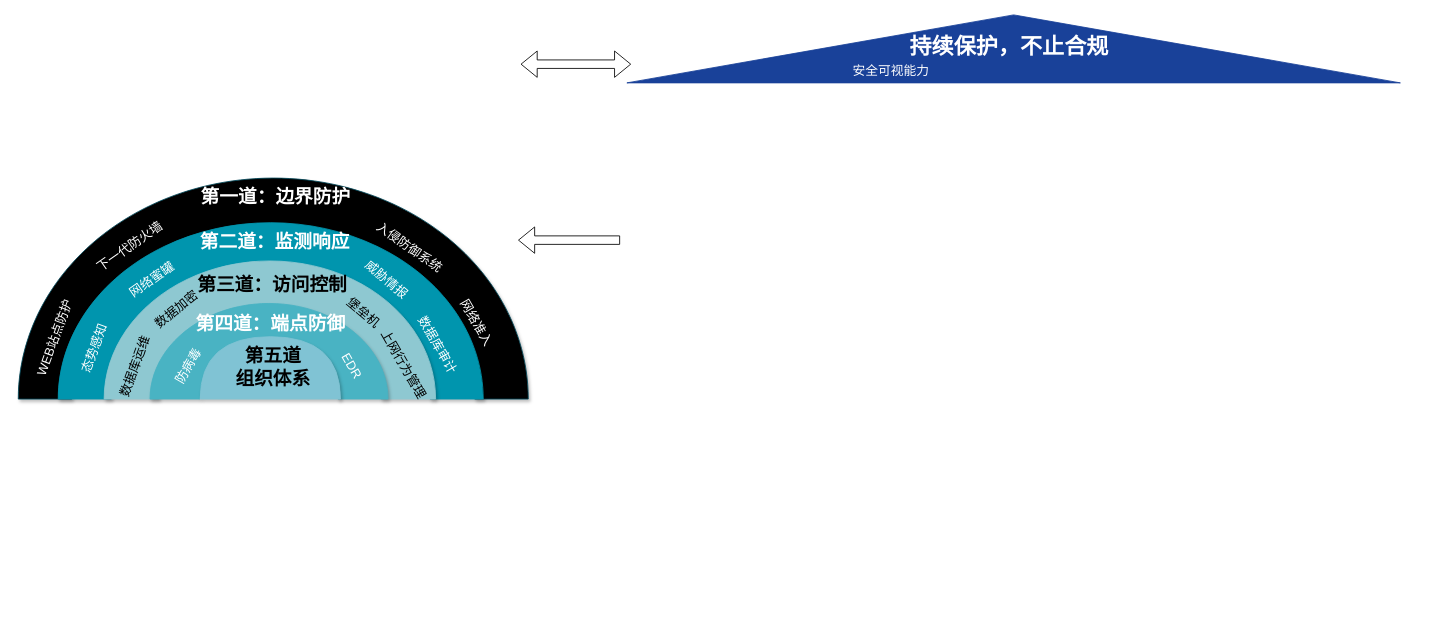
Above: 安全架构.drawio in Niujieheng/GitHub_june (draw.io), before the change. Source tidied: cells renumbered, new cells numbered last; positions are measured from the earlier drawing's top-left corner, leaving out a move shared by most shapes. Both pictures are drawn from the tidied source at 85%, with x=0, y=0 at pixel (3, -338).
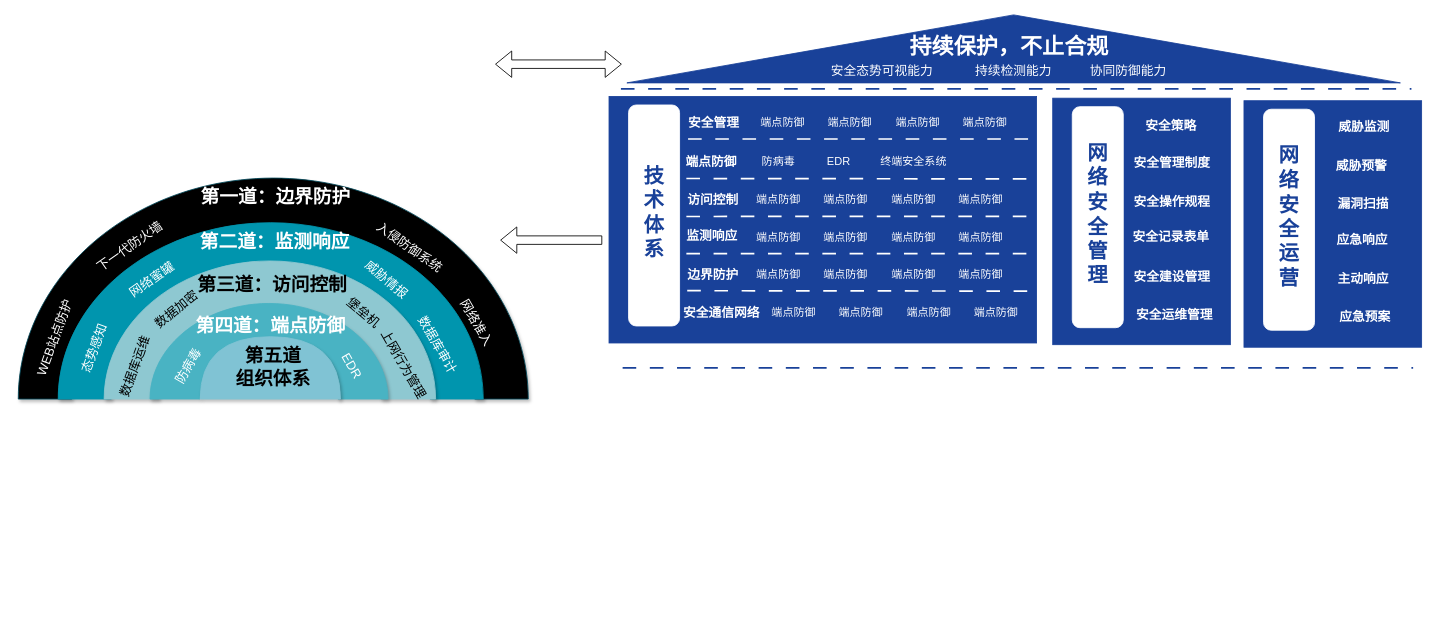
Above is the later version.

Commit message (it also covers changes not shown here):
更新安全架构.drawio

What changed in the source:
```diff
@@
-    <mxCell id="5" value="&lt;font style=&quot;color: rgb(255, 255, 255); font-size: 15px;&quot;&gt;安全可视能力&lt;/font&gt;" style="text;html=1;whiteSpace=wrap;strokeColor=none;fillColor=none;align=center;verticalAlign=middle;rounded=0;" parent="1" vertex="1">
-      <mxGeometry x="990" y="465" width="110" height="30" as="geometry" />
+    <mxCell id="5" value="&lt;font style=&quot;color: rgb(255, 255, 255); font-size: 15px;&quot;&gt;安全态势可视能力&lt;/font&gt;" style="text;html=1;whiteSpace=wrap;strokeColor=none;fillColor=none;align=center;verticalAlign=middle;rounded=0;" parent="1" vertex="1">
+      <mxGeometry x="969" y="465" width="131" height="30" as="geometry" />
     </mxCell>
     <mxCell id="6" style="shape=flexArrow;endArrow=classic;startArrow=classic;html=1;rounded=0;" parent="1" edge="1">
       <mxGeometry relative="1" as="geometry">
-        <mxPoint x="609" y="473" as="sourcePoint" />
-        <mxPoint x="739" y="473" as="targetPoint" />
+        <mxPoint x="579" y="473" as="sourcePoint" />
+        <mxPoint x="728" y="473" as="targetPoint" />
       </mxGeometry>
     </mxCell>
     <mxCell id="7" style="shape=flexArrow;endArrow=classic;html=1;rounded=0;" parent="1" edge="1">
       <mxGeometry relative="1" as="geometry">
-        <mxPoint x="726" y="680" as="sourcePoint" />
-        <mxPoint x="606" y="680" as="targetPoint" />
+        <mxPoint x="705" y="680" as="sourcePoint" />
+        <mxPoint x="585" y="680" as="targetPoint" />
       </mxGeometry>
     </mxCell>
@@
     <mxCell id="14" value="&lt;b&gt;&lt;font style=&quot;color: rgb(255, 255, 255); font-size: 22px;&quot;&gt;第四道：端点防御&lt;/font&gt;&lt;/b&gt;" style="text;html=1;whiteSpace=wrap;strokeColor=none;fillColor=none;align=center;verticalAlign=middle;rounded=0;" parent="1" vertex="1">
-      <mxGeometry x="180" y="759" width="270" height="40" as="geometry" />
+      <mxGeometry x="180" y="761" width="270" height="40" as="geometry" />
     </mxCell>
@@
+    <mxCell id="31" value="&lt;font style=&quot;color: rgb(255, 255, 255); font-size: 15px;&quot;&gt;持续检测能力&lt;/font&gt;" style="text;html=1;whiteSpace=wrap;strokeColor=none;fillColor=none;align=center;verticalAlign=middle;rounded=0;" parent="1" vertex="1">
+      <mxGeometry x="1134" y="465" width="110" height="30" as="geometry" />
+    </mxCell>
+    <mxCell id="32" value="&lt;font style=&quot;color: rgb(255, 255, 255); font-size: 15px;&quot;&gt;协同防御能力&lt;/font&gt;" style="text;html=1;whiteSpace=wrap;strokeColor=none;fillColor=none;align=center;verticalAlign=middle;rounded=0;" parent="1" vertex="1">
+      <mxGeometry x="1269" y="465" width="110" height="30" as="geometry" />
+    </mxCell>
+    <mxCell id="33" style="endArrow=none;dashed=1;html=1;rounded=0;dashPattern=8 8;strokeWidth=2;strokeColor=#194199;" parent="1" edge="1">
+      <mxGeometry relative="1" as="geometry">
+        <mxPoint x="727" y="502" as="sourcePoint" />
+        <mxPoint x="1657" y="502" as="targetPoint" />
+      </mxGeometry>
+    </mxCell>
+    <mxCell id="34" style="endArrow=none;dashed=1;html=1;rounded=0;dashPattern=8 8;strokeWidth=2;strokeColor=#194199;" parent="1" edge="1">
+      <mxGeometry relative="1" as="geometry">
+        <mxPoint x="729" y="830.2" as="sourcePoint" />
+        <mxPoint x="1659" y="830.2" as="targetPoint" />
+      </mxGeometry>
+    </mxCell>
+    <mxCell id="35" style="rounded=0;whiteSpace=wrap;html=1;fillColor=#194199;strokeColor=#194199;" parent="1" vertex="1">
+      <mxGeometry x="713" y="511" width="503" height="290" as="geometry" />
+    </mxCell>
+    <mxCell id="36" style="rounded=1;whiteSpace=wrap;html=1;strokeColor=#FFFFFF;" parent="1" vertex="1">
+      <mxGeometry x="736" y="521" width="60" height="260" as="geometry" />
+    </mxCell>
+    <mxCell id="37" value="&lt;font style=&quot;color: rgb(25, 65, 153); font-size: 24px;&quot;&gt;&lt;b style=&quot;&quot;&gt;技术体系&lt;/b&gt;&lt;/font&gt;" style="text;html=1;whiteSpace=wrap;strokeColor=none;fillColor=none;align=center;verticalAlign=middle;rounded=0;" parent="1" vertex="1">
+      <mxGeometry x="751" y="633" width="30" height="30" as="geometry" />
+    </mxCell>
+    <mxCell id="38" value="&lt;font style=&quot;color: rgb(255, 255, 255); font-size: 15px;&quot;&gt;&lt;b&gt;安全管理&lt;/b&gt;&lt;/font&gt;" style="text;html=1;whiteSpace=wrap;strokeColor=none;fillColor=none;align=center;verticalAlign=middle;rounded=0;" parent="1" vertex="1">
+      <mxGeometry x="771" y="526" width="131" height="30" as="geometry" />
+    </mxCell>
+    <mxCell id="39" style="endArrow=none;dashed=1;html=1;rounded=0;dashPattern=8 8;strokeWidth=2;strokeColor=#FFFFFF;" parent="1" edge="1">
+      <mxGeometry relative="1" as="geometry">
+        <mxPoint x="806" y="561" as="sourcePoint" />
+        <mxPoint x="1216" y="561" as="targetPoint" />
+      </mxGeometry>
+    </mxCell>
+    <mxCell id="40" value="&lt;font style=&quot;color: rgb(255, 255, 255); font-size: 15px;&quot;&gt;&lt;b&gt;端点防御&lt;/b&gt;&lt;/font&gt;" style="text;html=1;whiteSpace=wrap;strokeColor=none;fillColor=none;align=center;verticalAlign=middle;rounded=0;" parent="1" vertex="1">
+      <mxGeometry x="768" y="571.5" width="131" height="30" as="geometry" />
+    </mxCell>
+    <mxCell id="41" style="endArrow=none;dashed=1;html=1;rounded=0;dashPattern=8 8;strokeWidth=2;strokeColor=#FFFFFF;" parent="1" edge="1">
+      <mxGeometry relative="1" as="geometry">
+        <mxPoint x="804" y="607.5" as="sourcePoint" />
+        <mxPoint x="1206" y="608" as="targetPoint" />
+      </mxGeometry>
+    </mxCell>
+    <mxCell id="42" value="&lt;font style=&quot;color: rgb(255, 255, 255); font-size: 15px;&quot;&gt;&lt;b&gt;访问控制&lt;/b&gt;&lt;/font&gt;" style="text;html=1;whiteSpace=wrap;strokeColor=none;fillColor=none;align=center;verticalAlign=middle;rounded=0;" parent="1" vertex="1">
+      <mxGeometry x="770" y="617.2" width="131" height="30" as="geometry" />
+    </mxCell>
+    <mxCell id="43" style="endArrow=none;dashed=1;html=1;rounded=0;dashPattern=8 8;strokeWidth=2;strokeColor=#FFFFFF;" parent="1" edge="1">
+      <mxGeometry relative="1" as="geometry">
+        <mxPoint x="804" y="652.2" as="sourcePoint" />
+        <mxPoint x="1206" y="652" as="targetPoint" />
+      </mxGeometry>
+    </mxCell>
+    <mxCell id="44" value="&lt;font style=&quot;color: rgb(255, 255, 255); font-size: 15px;&quot;&gt;&lt;b&gt;监测响应&lt;/b&gt;&lt;/font&gt;" style="text;html=1;whiteSpace=wrap;strokeColor=none;fillColor=none;align=center;verticalAlign=middle;rounded=0;" parent="1" vertex="1">
+      <mxGeometry x="769" y="658.8" width="131" height="30" as="geometry" />
+    </mxCell>
+    <mxCell id="45" style="endArrow=none;dashed=1;html=1;rounded=0;dashPattern=8 8;strokeWidth=2;strokeColor=#FFFFFF;" parent="1" edge="1">
+      <mxGeometry relative="1" as="geometry">
+        <mxPoint x="804" y="695.8" as="sourcePoint" />
+        <mxPoint x="1206" y="696" as="targetPoint" />
+      </mxGeometry>
+    </mxCell>
+    <mxCell id="46" value="&lt;font style=&quot;color: rgb(255, 255, 255); font-size: 15px;&quot;&gt;&lt;b&gt;边界防护&lt;/b&gt;&lt;/font&gt;" style="text;html=1;whiteSpace=wrap;strokeColor=none;fillColor=none;align=center;verticalAlign=middle;rounded=0;" parent="1" vertex="1">
+      <mxGeometry x="770" y="704.5" width="131" height="30" as="geometry" />
+    </mxCell>
+    <mxCell id="47" style="endArrow=none;dashed=1;html=1;rounded=0;dashPattern=8 8;strokeWidth=2;strokeColor=#FFFFFF;" parent="1" edge="1">
+      <mxGeometry relative="1" as="geometry">
+        <mxPoint x="805" y="739.5" as="sourcePoint" />
+        <mxPoint x="1206" y="740" as="targetPoint" />
+      </mxGeometry>
+    </mxCell>
+    <mxCell id="48" value="&lt;font style=&quot;color: rgb(255, 255, 255); font-size: 15px;&quot;&gt;&lt;b&gt;安全通信网络&lt;/b&gt;&lt;/font&gt;" style="text;html=1;whiteSpace=wrap;strokeColor=none;fillColor=none;align=center;verticalAlign=middle;rounded=0;" parent="1" vertex="1">
+      <mxGeometry x="780" y="750" width="131" height="30" as="geometry" />
+    </mxCell>
+    <mxCell id="49" style="rounded=0;whiteSpace=wrap;html=1;fillColor=#194199;strokeColor=#194199;" parent="1" vertex="1">
+      <mxGeometry x="1235" y="513" width="209" height="290" as="geometry" />
+    </mxCell>
+    <mxCell id="50" style="rounded=1;whiteSpace=wrap;html=1;strokeColor=#FFFFFF;" parent="1" vertex="1">
+      <mxGeometry x="1258" y="523" width="60" height="260" as="geometry" />
+    </mxCell>
+    <mxCell id="51" value="&lt;font style=&quot;color: rgb(25, 65, 153); font-size: 24px;&quot;&gt;&lt;b style=&quot;&quot;&gt;网络安全管理&lt;/b&gt;&lt;/font&gt;" style="text;html=1;whiteSpace=wrap;strokeColor=none;fillColor=none;align=center;verticalAlign=middle;rounded=0;" parent="1" vertex="1">
+      <mxGeometry x="1273" y="635" width="30" height="30" as="geometry" />
+    </mxCell>
+    <mxCell id="52" value="&lt;font style=&quot;color: rgb(255, 255, 255); font-size: 15px;&quot;&gt;&lt;b&gt;安全管理制度&lt;/b&gt;&lt;/font&gt;" style="text;html=1;whiteSpace=wrap;strokeColor=none;fillColor=none;align=center;verticalAlign=middle;rounded=0;" parent="1" vertex="1">
+      <mxGeometry x="1310" y="573" width="131" height="30" as="geometry" />
+    </mxCell>
+    <mxCell id="53" value="&lt;font style=&quot;color: rgb(255, 255, 255); font-size: 15px;&quot;&gt;&lt;b&gt;安全策略&lt;/b&gt;&lt;/font&gt;" style="text;html=1;whiteSpace=wrap;strokeColor=none;fillColor=none;align=center;verticalAlign=middle;rounded=0;" parent="1" vertex="1">
+      <mxGeometry x="1309" y="530" width="131" height="30" as="geometry" />
+    </mxCell>
+    <mxCell id="54" value="&lt;font style=&quot;color: rgb(255, 255, 255); font-size: 15px;&quot;&gt;&lt;b&gt;安全操作规程&lt;/b&gt;&lt;/font&gt;" style="text;html=1;whiteSpace=wrap;strokeColor=none;fillColor=none;align=center;verticalAlign=middle;rounded=0;" parent="1" vertex="1">
+      <mxGeometry x="1310" y="619.2" width="131" height="30" as="geometry" />
+    </mxCell>
+    <mxCell id="55" value="&lt;font style=&quot;color: rgb(255, 255, 255); font-size: 15px;&quot;&gt;&lt;b&gt;安全记录表单&lt;/b&gt;&lt;/font&gt;" style="text;html=1;whiteSpace=wrap;strokeColor=none;fillColor=none;align=center;verticalAlign=middle;rounded=0;" parent="1" vertex="1">
+      <mxGeometry x="1309" y="660.8" width="131" height="30" as="geometry" />
+    </mxCell>
+    <mxCell id="56" value="&lt;font style=&quot;color: rgb(255, 255, 255); font-size: 15px;&quot;&gt;&lt;b&gt;安全建设管理&lt;/b&gt;&lt;/font&gt;" style="text;html=1;whiteSpace=wrap;strokeColor=none;fillColor=none;align=center;verticalAlign=middle;rounded=0;" parent="1" vertex="1">
+      <mxGeometry x="1310" y="706.5" width="131" height="30" as="geometry" />
+    </mxCell>
+    <mxCell id="57" value="&lt;font style=&quot;color: rgb(255, 255, 255); font-size: 15px;&quot;&gt;&lt;b&gt;安全运维管理&lt;/b&gt;&lt;/font&gt;" style="text;html=1;whiteSpace=wrap;strokeColor=none;fillColor=none;align=center;verticalAlign=middle;rounded=0;" parent="1" vertex="1">
+      <mxGeometry x="1313" y="752" width="131" height="30" as="geometry" />
+    </mxCell>
+    <mxCell id="58" style="rounded=0;whiteSpace=wrap;html=1;fillColor=#194199;strokeColor=#194199;" parent="1" vertex="1">
+      <mxGeometry x="1460" y="516" width="209" height="290" as="geometry" />
+    </mxCell>
+    <mxCell id="59" style="rounded=1;whiteSpace=wrap;html=1;strokeColor=#FFFFFF;" parent="1" vertex="1">
+      <mxGeometry x="1483" y="526" width="60" height="260" as="geometry" />
+    </mxCell>
+    <mxCell id="60" value="&lt;font style=&quot;color: rgb(25, 65, 153); font-size: 24px;&quot;&gt;&lt;b style=&quot;&quot;&gt;网络安全运营&lt;/b&gt;&lt;/font&gt;" style="text;html=1;whiteSpace=wrap;strokeColor=none;fillColor=none;align=center;verticalAlign=middle;rounded=0;" parent="1" vertex="1">
+      <mxGeometry x="1498" y="638" width="30" height="30" as="geometry" />
+    </mxCell>
+    <mxCell id="61" value="&lt;font style=&quot;color: rgb(255, 255, 255); font-size: 15px;&quot;&gt;&lt;b&gt;威胁监测&lt;/b&gt;&lt;/font&gt;" style="text;html=1;whiteSpace=wrap;strokeColor=none;fillColor=none;align=center;verticalAlign=middle;rounded=0;" parent="1" vertex="1">
+      <mxGeometry x="1536" y="531" width="131" height="30" as="geometry" />
+    </mxCell>
+    <mxCell id="62" value="&lt;font style=&quot;color: rgb(255, 255, 255); font-size: 15px;&quot;&gt;&lt;b&gt;威胁预警&lt;/b&gt;&lt;/font&gt;" style="text;html=1;whiteSpace=wrap;strokeColor=none;fillColor=none;align=center;verticalAlign=middle;rounded=0;" parent="1" vertex="1">
+      <mxGeometry x="1533" y="576.5" width="131" height="30" as="geometry" />
+    </mxCell>
+    <mxCell id="63" value="&lt;font style=&quot;color: rgb(255, 255, 255); font-size: 15px;&quot;&gt;&lt;b&gt;漏洞扫描&lt;/b&gt;&lt;/font&gt;" style="text;html=1;whiteSpace=wrap;strokeColor=none;fillColor=none;align=center;verticalAlign=middle;rounded=0;" parent="1" vertex="1">
+      <mxGeometry x="1535" y="622.2" width="131" height="30" as="geometry" />
+    </mxCell>
+    <mxCell id="64" value="&lt;font style=&quot;color: rgb(255, 255, 255); font-size: 15px;&quot;&gt;&lt;b&gt;应急响应&lt;/b&gt;&lt;/font&gt;" style="text;html=1;whiteSpace=wrap;strokeColor=none;fillColor=none;align=center;verticalAlign=middle;rounded=0;" parent="1" vertex="1">
+      <mxGeometry x="1534" y="663.8" width="131" height="30" as="geometry" />
+    </mxCell>
+    <mxCell id="65" value="&lt;font style=&quot;color: rgb(255, 255, 255); font-size: 15px;&quot;&gt;&lt;b&gt;主动响应&lt;/b&gt;&lt;/font&gt;" style="text;html=1;whiteSpace=wrap;strokeColor=none;fillColor=none;align=center;verticalAlign=middle;rounded=0;" parent="1" vertex="1">
+      <mxGeometry x="1535" y="709.5" width="131" height="30" as="geometry" />
+    </mxCell>
+    <mxCell id="66" value="&lt;font style=&quot;color: rgb(255, 255, 255); font-size: 15px;&quot;&gt;&lt;b&gt;应急预案&lt;/b&gt;&lt;/font&gt;" style="text;html=1;whiteSpace=wrap;strokeColor=none;fillColor=none;align=center;verticalAlign=middle;rounded=0;" parent="1" vertex="1">
+      <mxGeometry x="1537" y="755" width="131" height="30" as="geometry" />
+    </mxCell>
+    <mxCell id="67" value="&lt;font style=&quot;color: rgb(255, 255, 255); font-size: 13px;&quot;&gt;防病毒&lt;/font&gt;" style="text;html=1;whiteSpace=wrap;strokeColor=none;fillColor=none;align=center;verticalAlign=middle;rounded=0;" parent="1" vertex="1">
+      <mxGeometry x="847" y="571.5" width="131" height="30" as="geometry" />
+    </mxCell>
+    <mxCell id="68" value="&lt;font style=&quot;color: rgb(255, 255, 255); font-size: 13px;&quot;&gt;EDR&lt;/font&gt;" style="text;html=1;whiteSpace=wrap;strokeColor=none;fillColor=none;align=center;verticalAlign=middle;rounded=0;" parent="1" vertex="1">
+      <mxGeometry x="918" y="571.5" width="131" height="30" as="geometry" />
+    </mxCell>
+    <mxCell id="69" value="&lt;font color=&quot;#ffffff&quot;&gt;&lt;span style=&quot;font-size: 13px;&quot;&gt;终端安全系统&lt;/span&gt;&lt;/font&gt;" style="text;html=1;whiteSpace=wrap;strokeColor=none;fillColor=none;align=center;verticalAlign=middle;rounded=0;" parent="1" vertex="1">
+      <mxGeometry x="1006" y="571.5" width="131" height="30" as="geometry" />
+    </mxCell>
+    <mxCell id="70" value="&lt;font style=&quot;color: rgb(255, 255, 255); font-size: 13px;&quot;&gt;端点防御&lt;/font&gt;" style="text;html=1;whiteSpace=wrap;strokeColor=none;fillColor=none;align=center;verticalAlign=middle;rounded=0;" parent="1" vertex="1">
+      <mxGeometry x="847" y="617.2" width="131" height="30" as="geometry" />
+    </mxCell>
+    <mxCell id="71" value="&lt;font style=&quot;color: rgb(255, 255, 255); font-size: 13px;&quot;&gt;端点防御&lt;/font&gt;" style="text;html=1;whiteSpace=wrap;strokeColor=none;fillColor=none;align=center;verticalAlign=middle;rounded=0;" parent="1" vertex="1">
+      <mxGeometry x="926" y="617.2" width="131" height="30" as="geometry" />
+    </mxCell>
+    <mxCell id="72" value="&lt;font style=&quot;color: rgb(255, 255, 255); font-size: 13px;&quot;&gt;端点防御&lt;/font&gt;" style="text;html=1;whiteSpace=wrap;strokeColor=none;fillColor=none;align=center;verticalAlign=middle;rounded=0;" parent="1" vertex="1">
+      <mxGeometry x="1006" y="617.2" width="131" height="30" as="geometry" />
+    </mxCell>
+    <mxCell id="73" value="&lt;font style=&quot;color: rgb(255, 255, 255); font-size: 13px;&quot;&gt;端点防御&lt;/font&gt;" style="text;html=1;whiteSpace=wrap;strokeColor=none;fillColor=none;align=center;verticalAlign=middle;rounded=0;" parent="1" vertex="1">
+      <mxGeometry x="1085" y="617.2" width="131" height="30" as="geometry" />
+    </mxCell>
+    <mxCell id="74" value="&lt;font style=&quot;color: rgb(255, 255, 255); font-size: 13px;&quot;&gt;端点防御&lt;/font&gt;" style="text;html=1;whiteSpace=wrap;strokeColor=none;fillColor=none;align=center;verticalAlign=middle;rounded=0;" parent="1" vertex="1">
+      <mxGeometry x="847" y="660.8" width="131" height="30" as="geometry" />
+    </mxCell>
+    <mxCell id="75" value="&lt;font style=&quot;color: rgb(255, 255, 255); font-size: 13px;&quot;&gt;端点防御&lt;/font&gt;" style="text;html=1;whiteSpace=wrap;strokeColor=none;fillColor=none;align=center;verticalAlign=middle;rounded=0;" parent="1" vertex="1">
+      <mxGeometry x="926" y="660.8" width="131" height="30" as="geometry" />
+    </mxCell>
+    <mxCell id="76" value="&lt;font style=&quot;color: rgb(255, 255, 255); font-size: 13px;&quot;&gt;端点防御&lt;/font&gt;" style="text;html=1;whiteSpace=wrap;strokeColor=none;fillColor=none;align=center;verticalAlign=middle;rounded=0;" parent="1" vertex="1">
+      <mxGeometry x="1006" y="660.8" width="131" height="30" as="geometry" />
+    </mxCell>
+    <mxCell id="77" value="&lt;font style=&quot;color: rgb(255, 255, 255); font-size: 13px;&quot;&gt;端点防御&lt;/font&gt;" style="text;html=1;whiteSpace=wrap;strokeColor=none;fillColor=none;align=center;verticalAlign=middle;rounded=0;" parent="1" vertex="1">
+      <mxGeometry x="1085" y="660.8" width="131" height="30" as="geometry" />
+    </mxCell>
+    <mxCell id="78" value="&lt;font style=&quot;color: rgb(255, 255, 255); font-size: 13px;&quot;&gt;端点防御&lt;/font&gt;" style="text;html=1;whiteSpace=wrap;strokeColor=none;fillColor=none;align=center;verticalAlign=middle;rounded=0;" parent="1" vertex="1">
+      <mxGeometry x="847" y="704.5" width="131" height="30" as="geometry" />
+    </mxCell>
+    <mxCell id="79" value="&lt;font style=&quot;color: rgb(255, 255, 255); font-size: 13px;&quot;&gt;端点防御&lt;/font&gt;" style="text;html=1;whiteSpace=wrap;strokeColor=none;fillColor=none;align=center;verticalAlign=middle;rounded=0;" parent="1" vertex="1">
+      <mxGeometry x="926" y="704.5" width="131" height="30" as="geometry" />
+    </mxCell>
+    <mxCell id="80" value="&lt;font style=&quot;color: rgb(255, 255, 255); font-size: 13px;&quot;&gt;端点防御&lt;/font&gt;" style="text;html=1;whiteSpace=wrap;strokeColor=none;fillColor=none;align=center;verticalAlign=middle;rounded=0;" parent="1" vertex="1">
+      <mxGeometry x="1006" y="704.5" width="131" height="30" as="geometry" />
+    </mxCell>
+    <mxCell id="81" value="&lt;font style=&quot;color: rgb(255, 255, 255); font-size: 13px;&quot;&gt;端点防御&lt;/font&gt;" style="text;html=1;whiteSpace=wrap;strokeColor=none;fillColor=none;align=center;verticalAlign=middle;rounded=0;" parent="1" vertex="1">
+      <mxGeometry x="1085" y="704.5" width="131" height="30" as="geometry" />
+    </mxCell>
+    <mxCell id="82" value="&lt;font style=&quot;color: rgb(255, 255, 255); font-size: 13px;&quot;&gt;端点防御&lt;/font&gt;" style="text;html=1;whiteSpace=wrap;strokeColor=none;fillColor=none;align=center;verticalAlign=middle;rounded=0;" parent="1" vertex="1">
+      <mxGeometry x="865" y="750.2" width="131" height="30" as="geometry" />
+    </mxCell>
+    <mxCell id="83" value="&lt;font style=&quot;color: rgb(255, 255, 255); font-size: 13px;&quot;&gt;端点防御&lt;/font&gt;" style="text;html=1;whiteSpace=wrap;strokeColor=none;fillColor=none;align=center;verticalAlign=middle;rounded=0;" parent="1" vertex="1">
+      <mxGeometry x="944" y="750.2" width="131" height="30" as="geometry" />
+    </mxCell>
+    <mxCell id="84" value="&lt;font style=&quot;color: rgb(255, 255, 255); font-size: 13px;&quot;&gt;端点防御&lt;/font&gt;" style="text;html=1;whiteSpace=wrap;strokeColor=none;fillColor=none;align=center;verticalAlign=middle;rounded=0;" parent="1" vertex="1">
+      <mxGeometry x="1024" y="750.2" width="131" height="30" as="geometry" />
+    </mxCell>
+    <mxCell id="85" value="&lt;font style=&quot;color: rgb(255, 255, 255); font-size: 13px;&quot;&gt;端点防御&lt;/font&gt;" style="text;html=1;whiteSpace=wrap;strokeColor=none;fillColor=none;align=center;verticalAlign=middle;rounded=0;" parent="1" vertex="1">
+      <mxGeometry x="1103" y="750.2" width="131" height="30" as="geometry" />
+    </mxCell>
+    <mxCell id="86" value="&lt;font style=&quot;color: rgb(255, 255, 255); font-size: 13px;&quot;&gt;端点防御&lt;/font&gt;" style="text;html=1;whiteSpace=wrap;strokeColor=none;fillColor=none;align=center;verticalAlign=middle;rounded=0;" parent="1" vertex="1">
+      <mxGeometry x="852" y="526" width="131" height="30" as="geometry" />
+    </mxCell>
+    <mxCell id="87" value="&lt;font style=&quot;color: rgb(255, 255, 255); font-size: 13px;&quot;&gt;端点防御&lt;/font&gt;" style="text;html=1;whiteSpace=wrap;strokeColor=none;fillColor=none;align=center;verticalAlign=middle;rounded=0;" parent="1" vertex="1">
+      <mxGeometry x="931" y="526" width="131" height="30" as="geometry" />
+    </mxCell>
+    <mxCell id="88" value="&lt;font style=&quot;color: rgb(255, 255, 255); font-size: 13px;&quot;&gt;端点防御&lt;/font&gt;" style="text;html=1;whiteSpace=wrap;strokeColor=none;fillColor=none;align=center;verticalAlign=middle;rounded=0;" parent="1" vertex="1">
+      <mxGeometry x="1011" y="526" width="131" height="30" as="geometry" />
+    </mxCell>
+    <mxCell id="89" value="&lt;font style=&quot;color: rgb(255, 255, 255); font-size: 13px;&quot;&gt;端点防御&lt;/font&gt;" style="text;html=1;whiteSpace=wrap;strokeColor=none;fillColor=none;align=center;verticalAlign=middle;rounded=0;" parent="1" vertex="1">
+      <mxGeometry x="1090" y="526" width="131" height="30" as="geometry" />
+    </mxCell>
```
